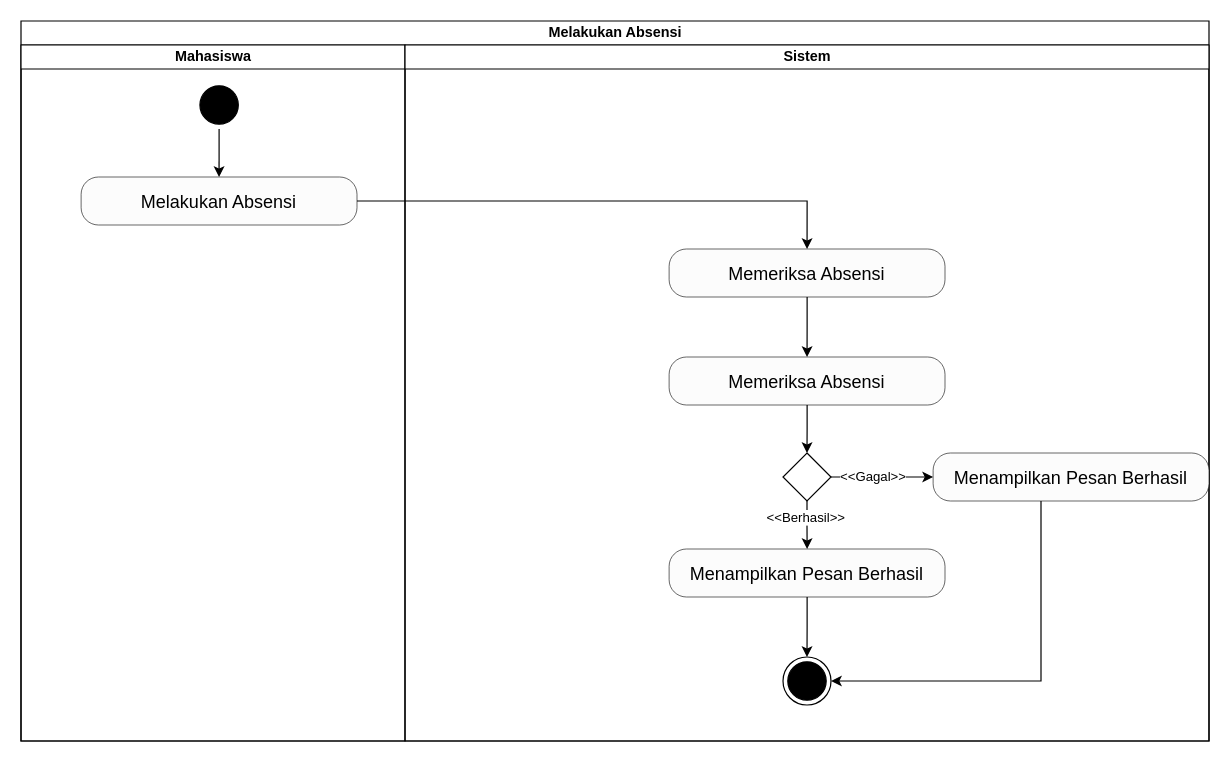
ziancarlos/sistem-absensi-uph keeps this draw.io diagram as melakukan-absensi.drawio. Above is the earlier version. Source tidied: cells renumbered, new cells numbered last; positions are measured from the earlier drawing's top-left corner, leaving out a move shared by most shapes. Both pictures are drawn from the tidied source at 120%, with x=0, y=0 at pixel (20, 20).
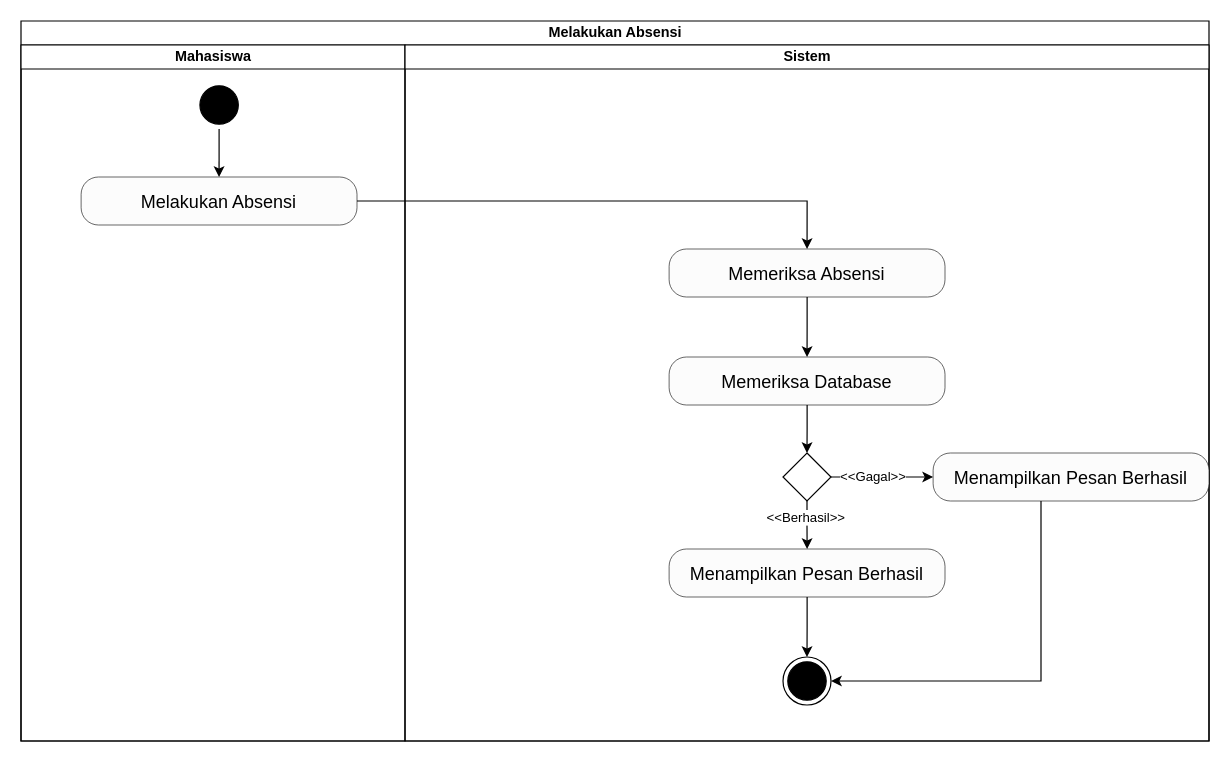
After the change.

Unchanged cells that the change refers to:
```xml
<mxCell id="7" value="Sistem" style="swimlane;startSize=20;html=1;" parent="2" vertex="1">
  <mxGeometry x="320" y="20" width="670" height="580" as="geometry" />
</mxCell>
```

The edit, as a diff of the source:
```diff
@@
-    <mxCell id="14" value="Memeriksa Absensi" style="rounded=1;whiteSpace=wrap;html=1;fillColor=#FCFCFC;arcSize=36;strokeWidth=0.5;fontSize=15;" parent="7" vertex="1">
+    <mxCell id="14" value="Memeriksa Database" style="rounded=1;whiteSpace=wrap;html=1;fillColor=#FCFCFC;arcSize=36;strokeWidth=0.5;fontSize=15;" parent="7" vertex="1">
       <mxGeometry x="220.1" y="260" width="229.9" height="40" as="geometry" />
     </mxCell>
```
